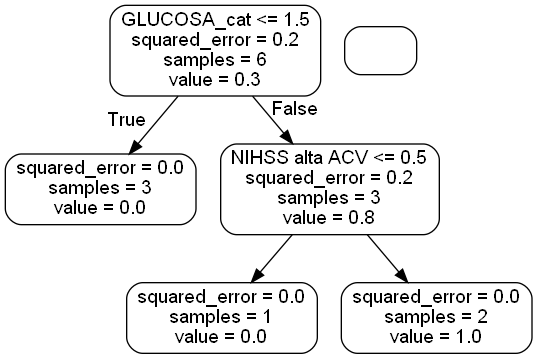
This is tesis/randomForestRegression.png from amarianjel/Machine-Learning-con-Jupiter, a Graphviz export, as it was before one commit. Its source is kept beside it as tesis/randomForestRegression.dot.
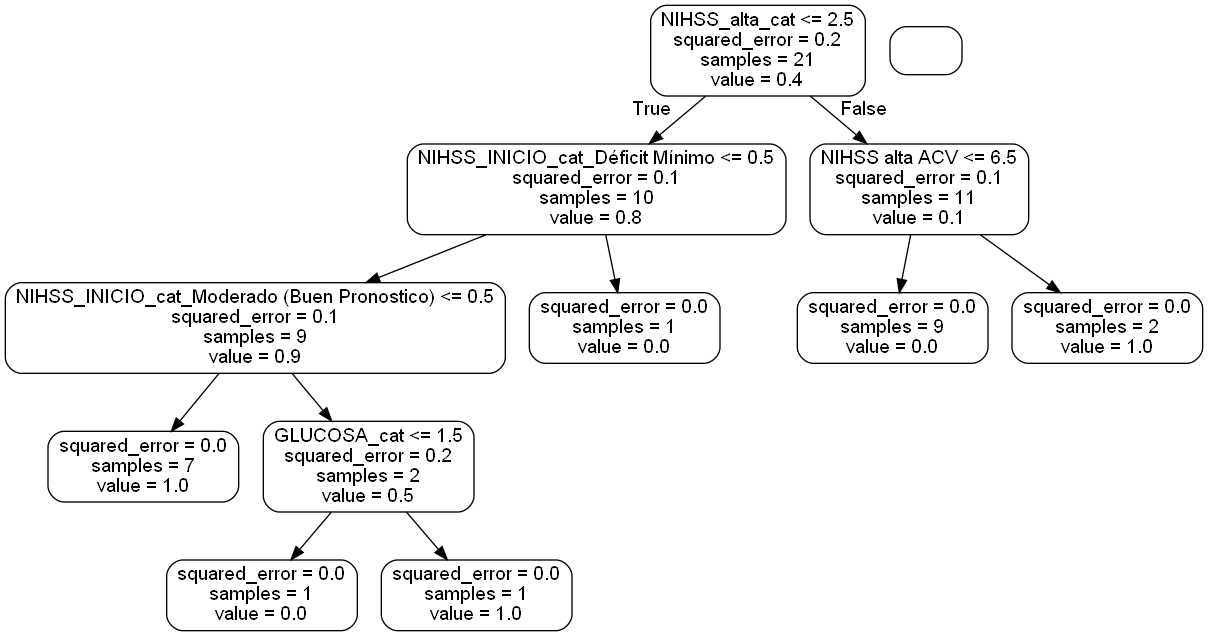
Later version of the same file.

Diff of the diagram source:
```diff
@@ -1,13 +1,25 @@
 digraph Tree {
 node [shape=box, style="rounded", color="black", fontname="helvetica"] ;
 edge [fontname="helvetica"] ;
-0 [label="GLUCOSA_cat <= 1.5\nsquared_error = 0.2\nsamples = 6\nvalue = 0.3"] ;
-1 [label="squared_error = 0.0\nsamples = 3\nvalue = 0.0"] ;
+0 [label="NIHSS_alta_cat <= 2.5\nsquared_error = 0.2\nsamples = 21\nvalue = 0.4"] ;
+1 [label="NIHSS_INICIO_cat_Déficit Mínimo <= 0.5\nsquared_error = 0.1\nsamples = 10\nvalue = 0.8"] ;
 0 -> 1 [labeldistance=2.5, labelangle=45, headlabel="True"] ;
-2 [label="NIHSS alta ACV <= 0.5\nsquared_error = 0.2\nsamples = 3\nvalue = 0.8"] ;
-0 -> 2 [labeldistance=2.5, labelangle=-45, headlabel="False"] ;
-3 [label="squared_error = 0.0\nsamples = 1\nvalue = 0.0"] ;
+2 [label="NIHSS_INICIO_cat_Moderado (Buen Pronostico) <= 0.5\nsquared_error = 0.1\nsamples = 9\nvalue = 0.9"] ;
+1 -> 2 ;
+3 [label="squared_error = 0.0\nsamples = 7\nvalue = 1.0"] ;
 2 -> 3 ;
-4 [label="squared_error = 0.0\nsamples = 2\nvalue = 1.0"] ;
+4 [label="GLUCOSA_cat <= 1.5\nsquared_error = 0.2\nsamples = 2\nvalue = 0.5"] ;
 2 -> 4 ;
+5 [label="squared_error = 0.0\nsamples = 1\nvalue = 0.0"] ;
+4 -> 5 ;
+6 [label="squared_error = 0.0\nsamples = 1\nvalue = 1.0"] ;
+4 -> 6 ;
+7 [label="squared_error = 0.0\nsamples = 1\nvalue = 0.0"] ;
+1 -> 7 ;
+8 [label="NIHSS alta ACV <= 6.5\nsquared_error = 0.1\nsamples = 11\nvalue = 0.1"] ;
+0 -> 8 [labeldistance=2.5, labelangle=-45, headlabel="False"] ;
+9 [label="squared_error = 0.0\nsamples = 9\nvalue = 0.0"] ;
+8 -> 9 ;
+10 [label="squared_error = 0.0\nsamples = 2\nvalue = 1.0"] ;
+8 -> 10 ;
 }
```
